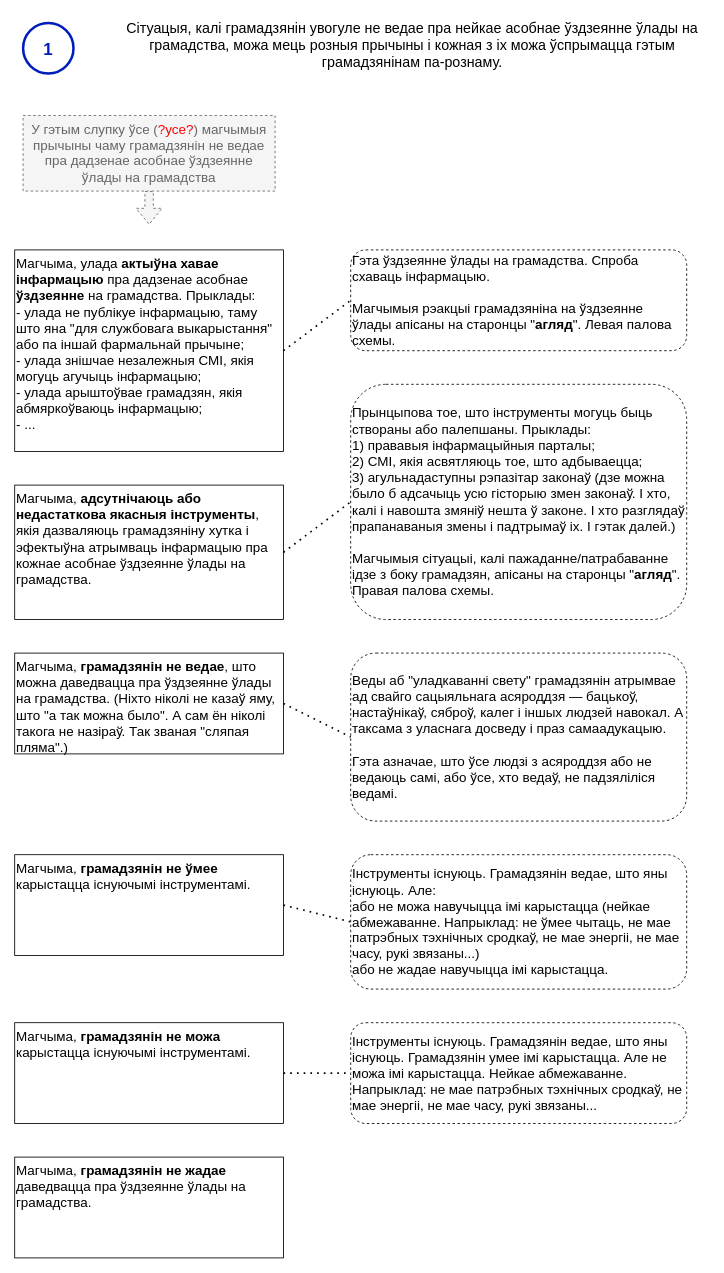
This is page "нататка-1" (2 of 2) of current-reality-tree/Дрэва цяперашняй рэальнасці.drawio from mshurkaeu-public/i-care.by, a draw.io file, before an edit. Source tidied: cells renumbered, new cells numbered last; positions are measured from the earlier drawing's top-left corner, leaving out a move shared by most shapes. Both pictures are drawn from the tidied source at 84%, with x=0, y=0 at pixel (14, 14).
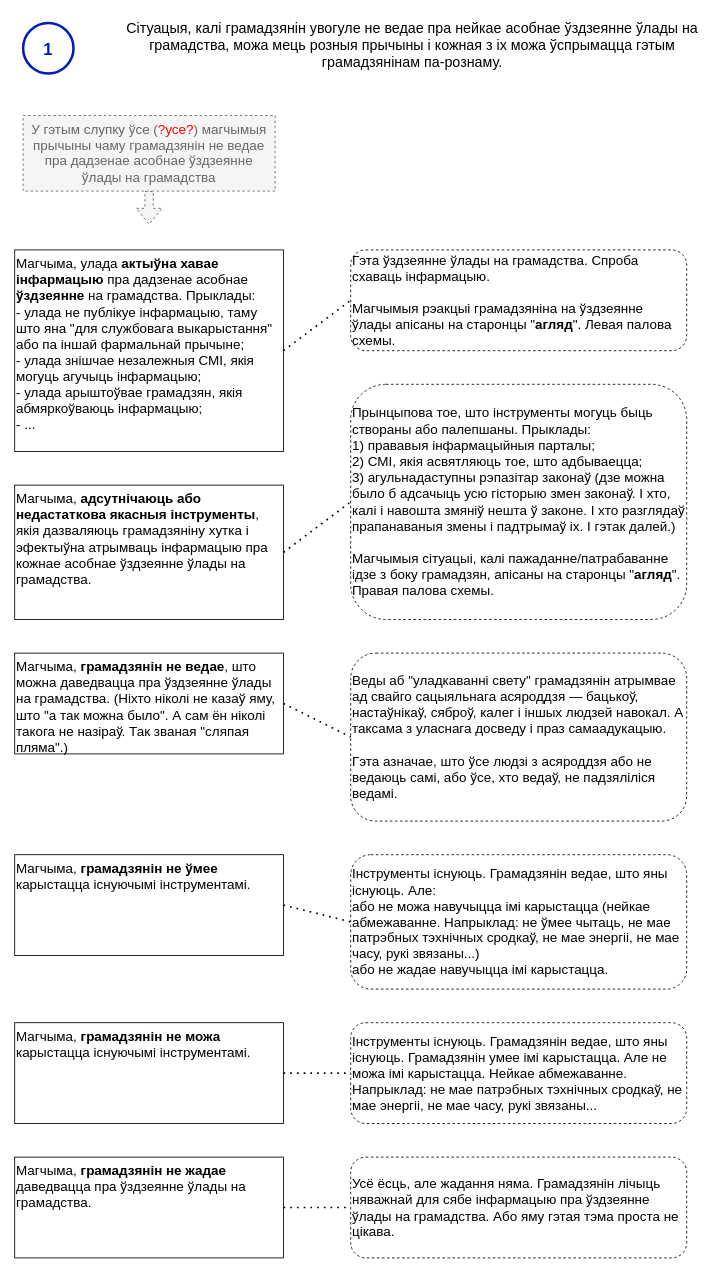
After the change.

Commit message:
The 51 version of the current reality tree

Unchanged cells that the change refers to:
```xml
<mxCell id="18" value="Магчыма, &lt;b&gt;грамадзянін не жадае&lt;/b&gt; даведвацца пра ўздзеянне ўлады на грамадства.&lt;br&gt; " style="text;html=1;align=left;verticalAlign=top;whiteSpace=wrap;rounded=0;fontSize=16;strokeColor=default;rotation=0;" parent="1" vertex="1">
  <mxGeometry y="1360" width="320" height="120" as="geometry" />
</mxCell>
```

Change to the diagram source:
```diff
@@
+    <mxCell id="23" value="&lt;div&gt;Усё ёсць, але жадання няма. Грамадзянін лічыць няважнай для сябе інфармацыю пра ўздзеянне ўлады на грамадства. Або яму гэтая тэма проста не цікава.&lt;br&gt;&lt;/div&gt;" style="text;html=1;align=left;verticalAlign=middle;whiteSpace=wrap;rounded=1;fontSize=16;strokeColor=default;fontStyle=0;glass=0;shadow=0;dashed=1;rotation=0;" parent="1" vertex="1">
+      <mxGeometry x="400" y="1360" width="400" height="120" as="geometry" />
+    </mxCell>
+    <mxCell id="24" style="endArrow=none;dashed=1;html=1;dashPattern=1 3;strokeWidth=2;rounded=0;exitX=1;exitY=0.5;exitDx=0;exitDy=0;entryX=0;entryY=0.5;entryDx=0;entryDy=0;" parent="1" edge="1" source="18" target="23">
+      <mxGeometry relative="1" as="geometry" />
+    </mxCell>
```
